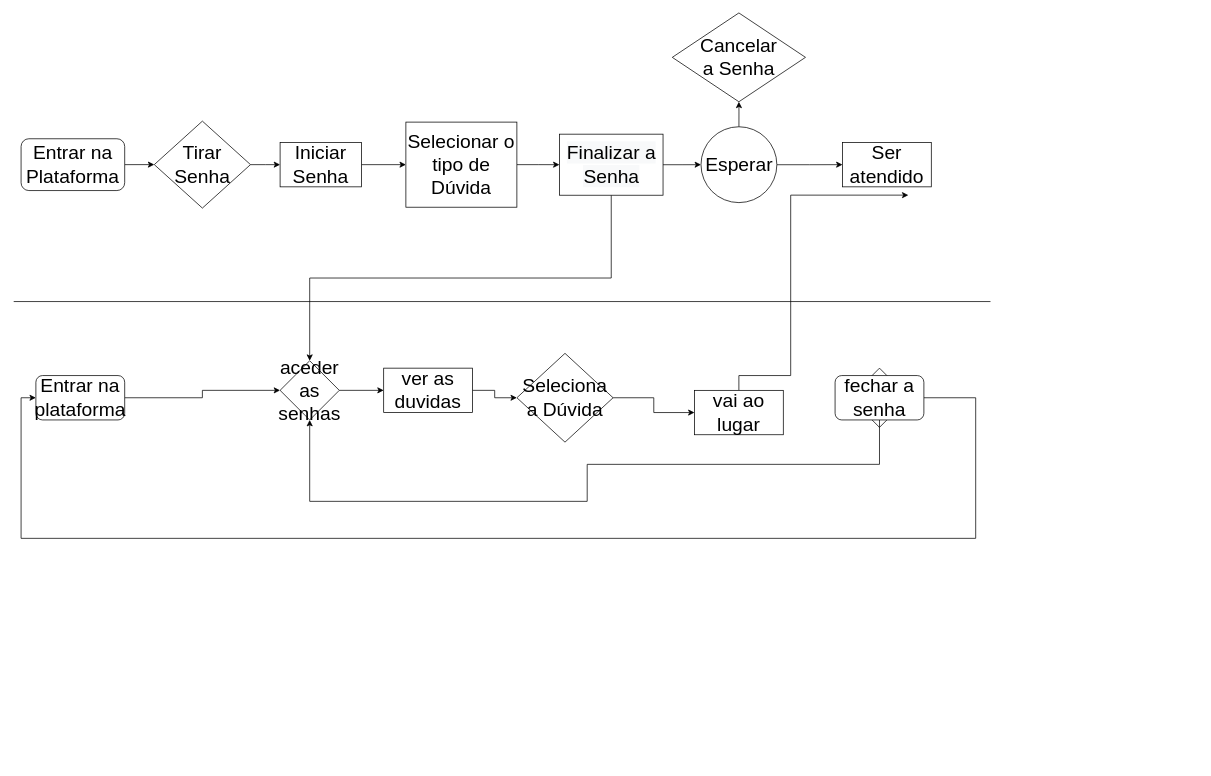
ReminaAI/PublicTestScraps keeps this draw.io diagram as Untitled Diagram.drawio. Above is the earlier version. Source tidied: cells renumbered, new cells numbered last; positions are measured from the earlier drawing's top-left corner, leaving out a move shared by most shapes. Both pictures are drawn from the tidied source at 74%, with x=0, y=0 at pixel (13, 13).
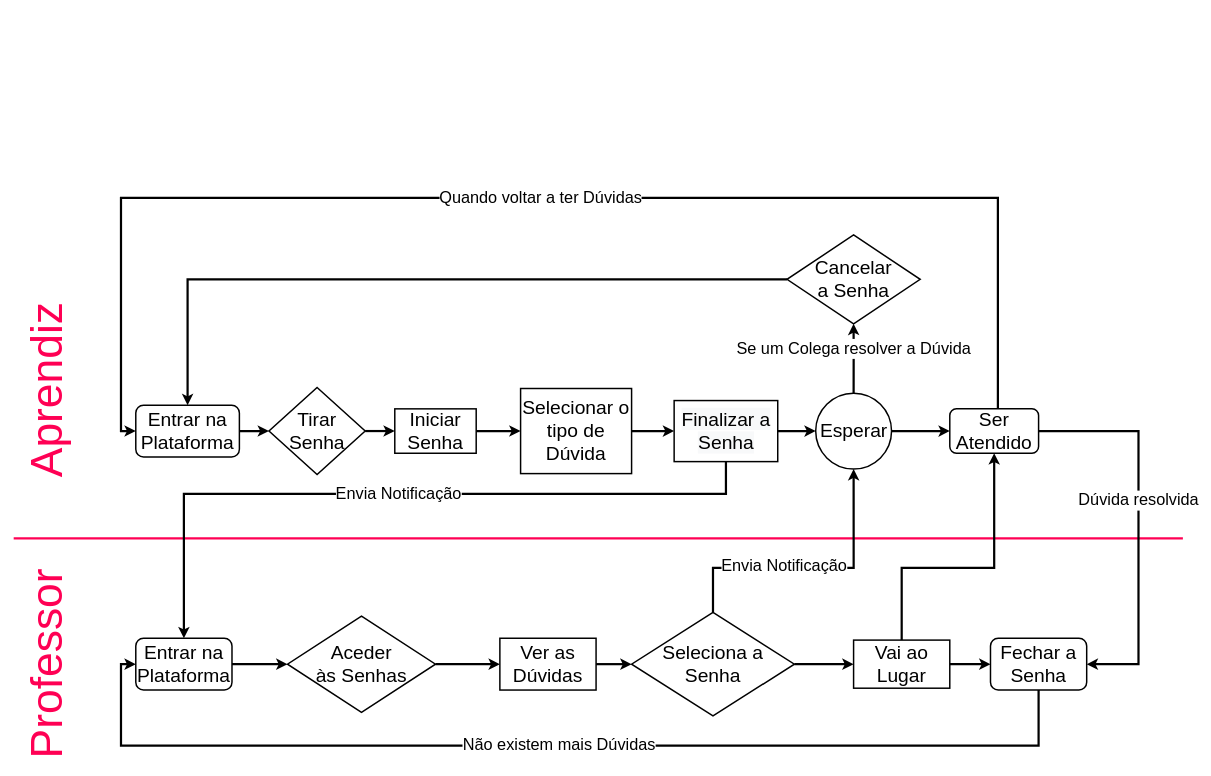
The same page after the edit.

Change to the diagram source:
```diff
@@
+    <mxCell id="33" style="endArrow=none;html=1;rounded=0;labelBackgroundColor=default;fontFamily=Helvetica;fontSize=22;fontColor=#000000;strokeColor=#ff0054;strokeWidth=3;shape=connector;" parent="1" edge="1">
+      <mxGeometry relative="1" as="geometry">
+        <mxPoint y="710" as="sourcePoint" />
+        <mxPoint x="1580" y="710" as="targetPoint" />
+      </mxGeometry>
+    </mxCell>
-    <mxCell id="2" style="edgeStyle=orthogonalEdgeStyle;rounded=0;jettySize=auto;html=1;exitX=1;exitY=0.5;exitDx=0;exitDy=0;entryX=0;entryY=0.5;entryDx=0;entryDy=0;fontSize=26;" parent="1" edge="1" source="3" target="10">
+    <mxCell id="2" style="edgeStyle=orthogonalEdgeStyle;rounded=0;jettySize=auto;html=1;exitX=1;exitY=0.5;exitDx=0;exitDy=0;entryX=0;entryY=0.5;entryDx=0;entryDy=0;fontSize=26;strokeWidth=3;" parent="1" edge="1" source="3" target="10">
       <mxGeometry relative="1" as="geometry" />
     </mxCell>
-    <mxCell id="3" value="&lt;font style=&quot;font-size: 26px&quot;&gt;Entrar na Plataforma&lt;/font&gt;" style="rounded=1;whiteSpace=wrap;html=1;" parent="1" vertex="1">
-      <mxGeometry x="10" y="170" width="140" height="70" as="geometry" />
+    <mxCell id="3" value="&lt;font style=&quot;font-size: 26px&quot;&gt;Entrar na Plataforma&lt;/font&gt;" style="rounded=1;whiteSpace=wrap;html=1;strokeWidth=2;" parent="1" vertex="1">
+      <mxGeometry x="165" y="530" width="140" height="70" as="geometry" />
     </mxCell>
-    <mxCell id="4" style="edgeStyle=orthogonalEdgeStyle;rounded=0;jettySize=auto;html=1;entryX=0.5;entryY=1;entryDx=0;entryDy=0;fontSize=26;" parent="1" edge="1" source="6" target="16">
-      <mxGeometry relative="1" as="geometry" />
+    <mxCell id="4" value="&lt;font style=&quot;font-size: 22px;&quot;&gt;Se um Colega resolver a Dúvida&lt;/font&gt;" style="edgeStyle=orthogonalEdgeStyle;rounded=0;jettySize=auto;html=1;entryX=0.5;entryY=1;entryDx=0;entryDy=0;fontSize=22;strokeWidth=3;" parent="1" edge="1" source="6" target="16">
+      <mxGeometry x="0.28" relative="1" as="geometry" />
     </mxCell>
-    <mxCell id="5" style="edgeStyle=orthogonalEdgeStyle;rounded=0;jettySize=auto;html=1;entryX=0;entryY=0.5;entryDx=0;entryDy=0;fontSize=26;" parent="1" edge="1" source="6" target="17">
-      <mxGeometry relative="1" as="geometry" />
-    </mxCell>
+    <mxCell id="34" style="edgeStyle=orthogonalEdgeStyle;rounded=0;jettySize=auto;html=1;entryX=0;entryY=0.5;entryDx=0;entryDy=0;fontSize=26;strokeWidth=3;" parent="1" edge="1" source="6" target="42">
+      <mxGeometry relative="1" as="geometry" />
+    </mxCell>
-    <mxCell id="6" value="Esperar" style="ellipse;whiteSpace=wrap;html=1;fontSize=26;" parent="1" vertex="1">
-      <mxGeometry x="928.8" y="153.8" width="102.5" height="102.5" as="geometry" />
+    <mxCell id="6" value="Esperar" style="ellipse;whiteSpace=wrap;html=1;fontSize=26;strokeWidth=2;" parent="1" vertex="1">
+      <mxGeometry x="1083.8" y="513.8" width="102.5" height="102.5" as="geometry" />
     </mxCell>
-    <mxCell id="7" style="edgeStyle=orthogonalEdgeStyle;rounded=0;jettySize=auto;html=1;entryX=0;entryY=0.5;entryDx=0;entryDy=0;fontSize=26;" parent="1" edge="1" source="8" target="12">
+    <mxCell id="7" style="edgeStyle=orthogonalEdgeStyle;rounded=0;jettySize=auto;html=1;entryX=0;entryY=0.5;entryDx=0;entryDy=0;fontSize=26;strokeWidth=3;" parent="1" edge="1" source="8" target="12">
       <mxGeometry relative="1" as="geometry" />
     </mxCell>
-    <mxCell id="8" value="Iniciar&lt;br&gt;Senha" style="rounded=0;whiteSpace=wrap;html=1;fontSize=26;" parent="1" vertex="1">
-      <mxGeometry x="360" y="175" width="110" height="60" as="geometry" />
+    <mxCell id="8" value="Iniciar&lt;br&gt;Senha" style="rounded=0;whiteSpace=wrap;html=1;fontSize=26;strokeWidth=2;" parent="1" vertex="1">
+      <mxGeometry x="515" y="535" width="110" height="60" as="geometry" />
     </mxCell>
-    <mxCell id="9" style="edgeStyle=orthogonalEdgeStyle;rounded=0;jettySize=auto;html=1;entryX=0;entryY=0.5;entryDx=0;entryDy=0;fontSize=26;" parent="1" edge="1" source="10" target="8">
+    <mxCell id="9" style="edgeStyle=orthogonalEdgeStyle;rounded=0;jettySize=auto;html=1;entryX=0;entryY=0.5;entryDx=0;entryDy=0;fontSize=26;strokeWidth=3;" parent="1" edge="1" source="10" target="8">
       <mxGeometry relative="1" as="geometry" />
     </mxCell>
-    <mxCell id="10" value="Tirar Senha" style="rhombus;whiteSpace=wrap;html=1;fontSize=26;" parent="1" vertex="1">
-      <mxGeometry x="190" y="146.2" width="130" height="117.5" as="geometry" />
+    <mxCell id="10" value="Tirar Senha" style="rhombus;whiteSpace=wrap;html=1;fontSize=26;strokeWidth=2;" parent="1" vertex="1">
+      <mxGeometry x="345" y="506.2" width="130" height="117.5" as="geometry" />
     </mxCell>
-    <mxCell id="11" style="edgeStyle=orthogonalEdgeStyle;rounded=0;jettySize=auto;html=1;entryX=0;entryY=0.5;entryDx=0;entryDy=0;fontSize=26;" parent="1" edge="1" source="12" target="15">
+    <mxCell id="11" style="edgeStyle=orthogonalEdgeStyle;rounded=0;jettySize=auto;html=1;entryX=0;entryY=0.5;entryDx=0;entryDy=0;fontSize=26;strokeWidth=3;" parent="1" edge="1" source="12" target="15">
       <mxGeometry relative="1" as="geometry" />
     </mxCell>
-    <mxCell id="12" value="Selecionar o tipo de Dúvida" style="rounded=0;whiteSpace=wrap;html=1;fontSize=26;" parent="1" vertex="1">
-      <mxGeometry x="530" y="147.5" width="150" height="115" as="geometry" />
+    <mxCell id="12" value="Selecionar o tipo de Dúvida" style="rounded=0;whiteSpace=wrap;html=1;fontSize=26;strokeWidth=2;" parent="1" vertex="1">
+      <mxGeometry x="685" y="507.5" width="150" height="115" as="geometry" />
     </mxCell>
-    <mxCell id="13" style="edgeStyle=orthogonalEdgeStyle;rounded=0;jettySize=auto;html=1;entryX=0;entryY=0.5;entryDx=0;entryDy=0;fontSize=26;" parent="1" edge="1" source="15" target="6">
+    <mxCell id="13" style="edgeStyle=orthogonalEdgeStyle;rounded=0;jettySize=auto;html=1;entryX=0;entryY=0.5;entryDx=0;entryDy=0;fontSize=26;strokeWidth=3;" parent="1" edge="1" source="15" target="6">
       <mxGeometry relative="1" as="geometry" />
     </mxCell>
-    <mxCell id="14" style="edgeStyle=orthogonalEdgeStyle;rounded=0;jettySize=auto;html=1;exitX=0.5;exitY=1;exitDx=0;exitDy=0;entryX=0.5;entryY=0;entryDx=0;entryDy=0;fontSize=26;" parent="1" edge="1" source="15" target="22">
-      <mxGeometry relative="1" as="geometry" />
-    </mxCell>
-    <mxCell id="15" value="&lt;span style=&quot;color: rgb(0 , 0 , 0) ; font-family: &amp;#34;helvetica&amp;#34; ; font-size: 26px ; font-style: normal ; font-weight: normal ; letter-spacing: normal ; text-align: center ; text-indent: 0px ; text-transform: none ; word-spacing: 0px ; background-color: rgb(248 , 249 , 250) ; text-decoration: none ; display: inline ; float: none&quot;&gt;Finalizar a Senha&lt;/span&gt;" style="rounded=0;whiteSpace=wrap;html=1;fontSize=26;" parent="1" vertex="1">
-      <mxGeometry x="737.5" y="163.8" width="140" height="82.5" as="geometry" />
+    <mxCell id="15" value="&lt;span style=&quot;color: rgb(0 , 0 , 0) ; font-family: &amp;#34;helvetica&amp;#34; ; font-size: 26px ; font-style: normal ; font-weight: normal ; letter-spacing: normal ; text-align: center ; text-indent: 0px ; text-transform: none ; word-spacing: 0px ; background-color: rgb(248 , 249 , 250) ; text-decoration: none ; display: inline ; float: none&quot;&gt;Finalizar a Senha&lt;/span&gt;" style="rounded=0;whiteSpace=wrap;html=1;fontSize=26;strokeWidth=2;" parent="1" vertex="1">
+      <mxGeometry x="892.5" y="523.8" width="140" height="82.5" as="geometry" />
     </mxCell>
+    <mxCell id="35" style="edgeStyle=orthogonalEdgeStyle;rounded=0;jettySize=auto;html=1;entryX=0.5;entryY=0;entryDx=0;entryDy=0;fontSize=26;strokeWidth=3;" parent="1" edge="1" source="16" target="3">
+      <mxGeometry relative="1" as="geometry" />
+    </mxCell>
-    <mxCell id="16" value="Cancelar &lt;br&gt;a Senha" style="rhombus;whiteSpace=wrap;html=1;fontSize=26;" parent="1" vertex="1">
-      <mxGeometry x="890" width="180" height="120" as="geometry" />
+    <mxCell id="16" value="Cancelar &lt;br&gt;a Senha" style="rhombus;whiteSpace=wrap;html=1;fontSize=26;strokeWidth=2;" parent="1" vertex="1">
+      <mxGeometry x="1045" y="300" width="180" height="120" as="geometry" />
     </mxCell>
-    <mxCell id="17" value="Ser atendido" style="rounded=0;whiteSpace=wrap;html=1;fontSize=26;" parent="1" vertex="1">
-      <mxGeometry x="1120" y="175" width="120" height="60" as="geometry" />
-    </mxCell>
-    <mxCell id="18" style="endArrow=none;html=1;rounded=0;fontSize=26;" parent="1" edge="1">
-      <mxGeometry relative="1" as="geometry">
-        <mxPoint y="390" as="sourcePoint" />
-        <mxPoint x="1320" y="390" as="targetPoint" />
-      </mxGeometry>
-    </mxCell>
-    <mxCell id="19" style="edgeStyle=orthogonalEdgeStyle;rounded=0;jettySize=auto;html=1;entryX=0;entryY=0.5;entryDx=0;entryDy=0;fontSize=26;" parent="1" edge="1" source="20" target="22">
-      <mxGeometry relative="1" as="geometry">
-        <Array as="points">
-          <mxPoint x="255" y="520" />
-          <mxPoint x="255" y="510" />
-        </Array>
-      </mxGeometry>
+    <mxCell id="19" style="edgeStyle=orthogonalEdgeStyle;rounded=0;jettySize=auto;html=1;entryX=0;entryY=0.5;entryDx=0;entryDy=0;fontSize=26;strokeWidth=3;" parent="1" edge="1" source="20" target="22">
+      <mxGeometry relative="1" as="geometry" />
     </mxCell>
-    <mxCell id="20" value="Entrar na plataforma" style="rounded=1;whiteSpace=wrap;html=1;fontSize=26;" parent="1" vertex="1">
-      <mxGeometry x="30" y="490" width="120" height="60" as="geometry" />
+    <mxCell id="20" value="Entrar na Plataforma" style="rounded=1;whiteSpace=wrap;html=1;fontSize=26;strokeWidth=2;" parent="1" vertex="1">
+      <mxGeometry x="165" y="845" width="130" height="70" as="geometry" />
     </mxCell>
-    <mxCell id="21" style="edgeStyle=orthogonalEdgeStyle;rounded=0;jettySize=auto;html=1;exitX=1;exitY=0.5;exitDx=0;exitDy=0;entryX=0;entryY=0.5;entryDx=0;entryDy=0;fontSize=26;" parent="1" edge="1" source="22" target="30">
+    <mxCell id="21" style="edgeStyle=orthogonalEdgeStyle;rounded=0;jettySize=auto;html=1;entryX=0;entryY=0.5;entryDx=0;entryDy=0;fontSize=26;strokeWidth=3;" parent="1" edge="1" source="22" target="30">
       <mxGeometry relative="1" as="geometry" />
     </mxCell>
-    <mxCell id="22" value="aceder as senhas" style="rhombus;whiteSpace=wrap;html=1;fontSize=26;" parent="1" vertex="1">
-      <mxGeometry x="360" y="470" width="80" height="80" as="geometry" />
+    <mxCell id="22" value="Aceder &lt;br&gt;às Senhas" style="rhombus;whiteSpace=wrap;html=1;fontSize=26;strokeWidth=2;" parent="1" vertex="1">
+      <mxGeometry x="370" y="815" width="200" height="130" as="geometry" />
     </mxCell>
-    <mxCell id="23" style="edgeStyle=orthogonalEdgeStyle;rounded=0;jettySize=auto;html=1;exitX=0.5;exitY=0;exitDx=0;exitDy=0;entryX=0.5;entryY=1;entryDx=0;entryDy=0;fontSize=26;" parent="1" edge="1" source="24">
-      <mxGeometry relative="1" as="geometry">
-        <mxPoint x="1209" y="246.2" as="targetPoint" />
-        <Array as="points">
-          <mxPoint x="1050" y="490" />
-        </Array>
-      </mxGeometry>
-    </mxCell>
+    <mxCell id="36" style="edgeStyle=orthogonalEdgeStyle;rounded=0;jettySize=auto;html=1;entryX=0;entryY=0.5;entryDx=0;entryDy=0;fontSize=26;strokeWidth=3;" parent="1" edge="1" source="24" target="28">
+      <mxGeometry relative="1" as="geometry" />
+    </mxCell>
+    <mxCell id="37" style="edgeStyle=orthogonalEdgeStyle;shape=connector;rounded=0;jettySize=auto;html=1;entryX=0.5;entryY=1;entryDx=0;entryDy=0;labelBackgroundColor=default;fontFamily=Helvetica;fontSize=19;fontColor=#000000;endArrow=classic;strokeColor=#000000;strokeWidth=3;" parent="1" edge="1" source="24" target="42">
+      <mxGeometry relative="1" as="geometry">
+        <Array as="points">
+          <mxPoint x="1200" y="750" />
+          <mxPoint x="1325" y="750" />
+        </Array>
+      </mxGeometry>
+    </mxCell>
-    <mxCell id="24" value="vai ao lugar" style="rounded=0;whiteSpace=wrap;html=1;fontSize=26;" parent="1" vertex="1">
-      <mxGeometry x="920" y="510" width="120" height="60" as="geometry" />
+    <mxCell id="24" value="Vai ao Lugar" style="rounded=0;whiteSpace=wrap;html=1;fontSize=26;strokeWidth=2;" parent="1" vertex="1">
+      <mxGeometry x="1135" y="847.5" width="130" height="65" as="geometry" />
     </mxCell>
-    <mxCell id="25" style="rhombus;whiteSpace=wrap;html=1;fontSize=26;" parent="1" vertex="1">
-      <mxGeometry x="1130" y="480" width="80" height="80" as="geometry" />
-    </mxCell>
-    <mxCell id="26" style="edgeStyle=orthogonalEdgeStyle;rounded=0;jettySize=auto;html=1;entryX=0;entryY=0.5;entryDx=0;entryDy=0;fontSize=26;" parent="1" edge="1" source="28" target="20">
+    <mxCell id="26" value="Não existem mais Dúvidas" style="edgeStyle=orthogonalEdgeStyle;shape=connector;rounded=0;jettySize=auto;html=1;entryX=0;entryY=0.5;entryDx=0;entryDy=0;labelBackgroundColor=default;fontFamily=Helvetica;fontSize=22;fontColor=#000000;endArrow=classic;strokeColor=#000000;strokeWidth=3;" parent="1" edge="1" source="28" target="20">
       <mxGeometry relative="1" as="geometry">
         <Array as="points">
-          <mxPoint x="1300" y="520" />
-          <mxPoint x="1300" y="710" />
-          <mxPoint x="10" y="710" />
-          <mxPoint x="10" y="520" />
+          <mxPoint x="1385" y="990" />
+          <mxPoint x="145" y="990" />
+          <mxPoint x="145" y="880" />
         </Array>
       </mxGeometry>
     </mxCell>
-    <mxCell id="27" style="edgeStyle=orthogonalEdgeStyle;rounded=0;jettySize=auto;html=1;entryX=0.5;entryY=1;entryDx=0;entryDy=0;fontSize=26;" parent="1" edge="1" source="28" target="22">
-      <mxGeometry relative="1" as="geometry">
-        <Array as="points">
-          <mxPoint x="1170" y="610" />
-          <mxPoint x="775" y="610" />
-          <mxPoint x="775" y="660" />
-          <mxPoint x="400" y="660" />
-        </Array>
-      </mxGeometry>
-    </mxCell>
-    <mxCell id="28" value="fechar a senha" style="rounded=1;whiteSpace=wrap;html=1;fontSize=26;" parent="1" vertex="1">
-      <mxGeometry x="1110" y="490" width="120" height="60" as="geometry" />
+    <mxCell id="28" value="Fechar a Senha" style="rounded=1;whiteSpace=wrap;html=1;fontSize=26;strokeWidth=2;" parent="1" vertex="1">
+      <mxGeometry x="1320" y="845" width="130" height="70" as="geometry" />
     </mxCell>
-    <mxCell id="29" style="edgeStyle=orthogonalEdgeStyle;rounded=0;jettySize=auto;html=1;exitX=1;exitY=0.5;exitDx=0;exitDy=0;entryX=0;entryY=0.5;entryDx=0;entryDy=0;fontSize=26;" parent="1" edge="1" source="30" target="32">
+    <mxCell id="29" style="edgeStyle=orthogonalEdgeStyle;rounded=0;jettySize=auto;html=1;entryX=0;entryY=0.5;entryDx=0;entryDy=0;fontSize=26;strokeWidth=3;" parent="1" edge="1" source="30" target="32">
       <mxGeometry relative="1" as="geometry" />
     </mxCell>
-    <mxCell id="30" value="ver as duvidas" style="rounded=0;whiteSpace=wrap;html=1;fontSize=26;" parent="1" vertex="1">
-      <mxGeometry x="500" y="480" width="120" height="60" as="geometry" />
+    <mxCell id="30" value="Ver as Dúvidas" style="rounded=0;whiteSpace=wrap;html=1;fontSize=26;strokeWidth=2;" parent="1" vertex="1">
+      <mxGeometry x="657" y="845" width="130" height="70" as="geometry" />
     </mxCell>
-    <mxCell id="31" style="edgeStyle=orthogonalEdgeStyle;rounded=0;jettySize=auto;html=1;entryX=0;entryY=0.5;entryDx=0;entryDy=0;fontSize=26;" parent="1" edge="1" source="32" target="24">
+    <mxCell id="31" style="edgeStyle=orthogonalEdgeStyle;rounded=0;jettySize=auto;html=1;entryX=0;entryY=0.5;entryDx=0;entryDy=0;fontSize=26;strokeWidth=3;" parent="1" edge="1" source="32" target="24">
       <mxGeometry relative="1" as="geometry" />
     </mxCell>
+    <mxCell id="38" style="edgeStyle=orthogonalEdgeStyle;shape=connector;rounded=0;jettySize=auto;html=1;entryX=0.5;entryY=1;entryDx=0;entryDy=0;labelBackgroundColor=default;fontFamily=Helvetica;fontSize=22;fontColor=#000000;endArrow=classic;strokeColor=#000000;strokeWidth=3;" parent="1" edge="1" source="32" target="6">
+      <mxGeometry relative="1" as="geometry">
+        <Array as="points">
+          <mxPoint x="945" y="750" />
+          <mxPoint x="1135" y="750" />
+        </Array>
+      </mxGeometry>
+    </mxCell>
+    <mxCell id="39" value="Envia Notificação" style="edgeLabel;html=1;align=center;verticalAlign=middle;fontSize=22;fontFamily=Helvetica;fontColor=#000000;" parent="38" vertex="1">
+      <mxGeometry x="-0.12" y="1" relative="1" as="geometry">
+        <mxPoint x="-14" y="-2" as="offset" />
+      </mxGeometry>
+    </mxCell>
-    <mxCell id="32" value="Seleciona a Dúvida" style="rhombus;whiteSpace=wrap;html=1;fontSize=26;" parent="1" vertex="1">
-      <mxGeometry x="680" y="460" width="130" height="120" as="geometry" />
+    <mxCell id="32" value="Seleciona a Senha" style="rhombus;whiteSpace=wrap;html=1;fontSize=26;strokeWidth=2;" parent="1" vertex="1">
+      <mxGeometry x="835" y="810" width="220" height="140" as="geometry" />
     </mxCell>
+    <mxCell id="40" value="Quando voltar a ter Dúvidas" style="edgeStyle=orthogonalEdgeStyle;shape=connector;rounded=0;jettySize=auto;html=1;entryX=0;entryY=0.5;entryDx=0;entryDy=0;labelBackgroundColor=default;fontFamily=Helvetica;fontSize=22;fontColor=default;endArrow=classic;strokeColor=default;strokeWidth=3;" parent="1" edge="1" source="42" target="3">
+      <mxGeometry relative="1" as="geometry">
+        <Array as="points">
+          <mxPoint x="1330" y="250" />
+          <mxPoint x="145" y="250" />
+          <mxPoint x="145" y="565" />
+        </Array>
+      </mxGeometry>
+    </mxCell>
+    <mxCell id="41" value="Dúvida resolvida" style="edgeStyle=orthogonalEdgeStyle;shape=connector;rounded=0;jettySize=auto;html=1;entryX=1;entryY=0.5;entryDx=0;entryDy=0;labelBackgroundColor=default;fontFamily=Helvetica;fontSize=22;fontColor=#000000;endArrow=classic;strokeColor=#000000;strokeWidth=3;" parent="1" edge="1" source="42" target="28">
+      <mxGeometry x="-0.12" relative="1" as="geometry">
+        <Array as="points">
+          <mxPoint x="1520" y="565" />
+          <mxPoint x="1520" y="880" />
+        </Array>
+      </mxGeometry>
+    </mxCell>
+    <mxCell id="42" value="Ser&lt;br&gt;Atendido" style="rounded=1;whiteSpace=wrap;html=1;fontSize=26;strokeWidth=2;" parent="1" vertex="1">
+      <mxGeometry x="1265" y="535" width="120" height="60" as="geometry" />
+    </mxCell>
+    <mxCell id="43" value="Envia Notificação" style="edgeStyle=orthogonalEdgeStyle;shape=connector;rounded=0;jettySize=auto;html=1;labelBackgroundColor=default;fontFamily=Helvetica;fontSize=22;fontColor=default;endArrow=classic;strokeColor=default;strokeWidth=3;" parent="1" edge="1" source="15" target="20">
+      <mxGeometry relative="1" as="geometry">
+        <Array as="points">
+          <mxPoint x="963" y="650" />
+          <mxPoint x="230" y="650" />
+        </Array>
+      </mxGeometry>
+    </mxCell>
+    <mxCell id="44" value="Aprendiz" style="text;html=1;align=center;verticalAlign=middle;strokeColor=none;fillColor=none;fontSize=60;fontFamily=Helvetica;fontColor=#ff0054;rotation=-90;" parent="1" vertex="1">
+      <mxGeometry x="-80" y="470" width="250" height="80" as="geometry" />
+    </mxCell>
+    <mxCell id="45" value="Professor" style="text;html=1;align=center;verticalAlign=middle;strokeColor=none;fillColor=none;fontSize=60;fontFamily=Helvetica;fontColor=#ff0054;rotation=-90;" parent="1" vertex="1">
+      <mxGeometry x="-90" y="840" width="270" height="80" as="geometry" />
+    </mxCell>
```
